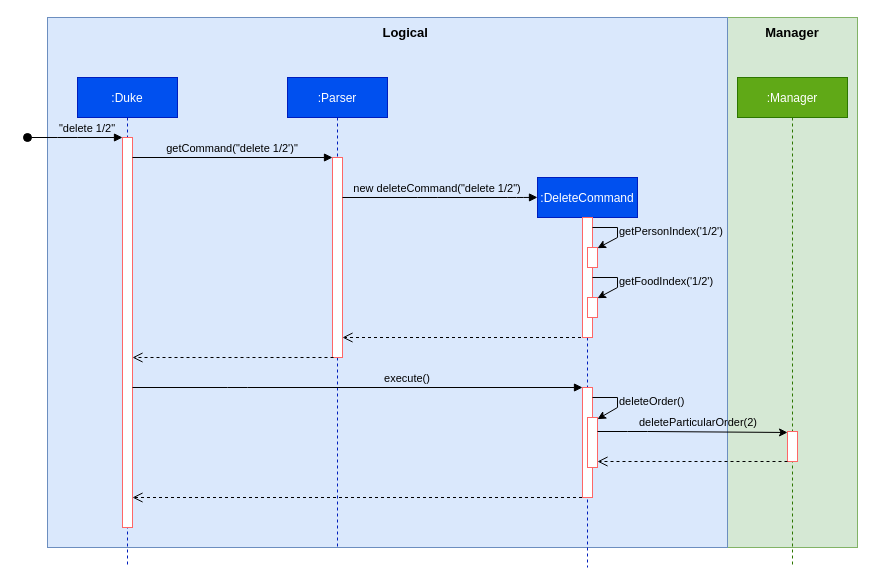
Earlier version of the draw.io diagram UMLdiagrams/DeleteCommandDiagram/DeleteCommand Sequence Diagram.drawio (thaddyyz/tp). Source tidied: cells renumbered, new cells numbered last; positions are measured from the earlier drawing's top-left corner, leaving out a move shared by most shapes. Both pictures are drawn from the tidied source at 100%, with x=0, y=0 at pixel (27, 17).
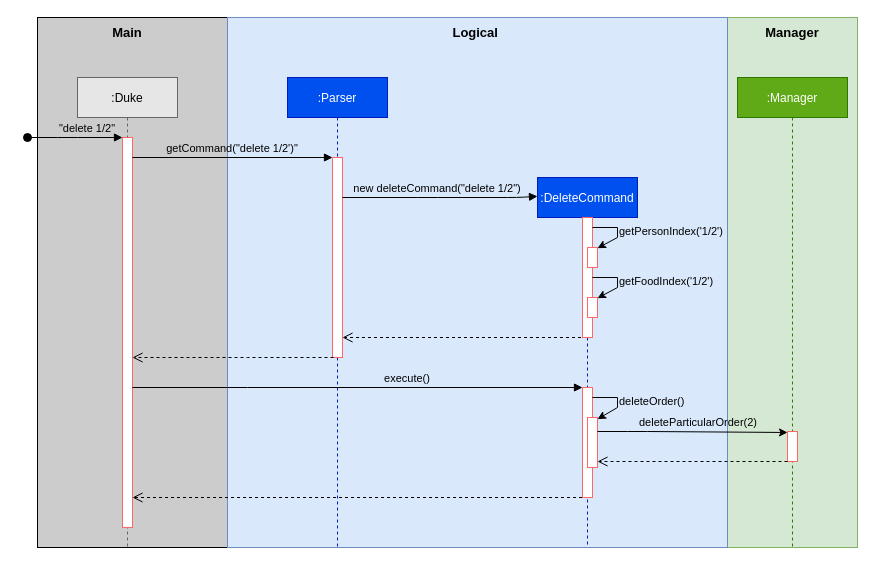
The same diagram, later.

What changed in the source:
```diff
@@
+    <mxCell id="34" style="rounded=0;whiteSpace=wrap;html=1;fillColor=#CCCCCC;" parent="1" vertex="1">
+      <mxGeometry x="10" width="190" height="530" as="geometry" />
+    </mxCell>
@@
     <mxCell id="3" style="rounded=0;whiteSpace=wrap;html=1;fillColor=#dae8fc;strokeColor=#6c8ebf;" parent="1" vertex="1">
-      <mxGeometry x="20" width="680" height="530" as="geometry" />
+      <mxGeometry x="200" width="500" height="530" as="geometry" />
     </mxCell>
-    <mxCell id="4" value=":Duke" style="shape=umlLifeline;perimeter=lifelinePerimeter;rounded=0;shadow=0;strokeWidth=1;fillColor=#0050ef;strokeColor=#001DBC;fontColor=#ffffff;" parent="1" vertex="1">
-      <mxGeometry x="50" y="60" width="100" height="490" as="geometry" />
+    <mxCell id="4" value=":Duke" style="shape=umlLifeline;perimeter=lifelinePerimeter;rounded=0;shadow=0;strokeWidth=1;fillColor=#E6E6E6;strokeColor=#666666;fontColor=#000000;" parent="1" vertex="1">
+      <mxGeometry x="50" y="60" width="100" height="470" as="geometry" />
     </mxCell>
@@
     <mxCell id="13" value=":DeleteCommand" style="shape=umlLifeline;perimeter=lifelinePerimeter;rounded=0;shadow=0;strokeWidth=1;fillColor=#0050ef;strokeColor=#001DBC;fontColor=#ffffff;" parent="1" vertex="1">
-      <mxGeometry x="510" y="160" width="100" height="390" as="geometry" />
+      <mxGeometry x="510" y="160" width="100" height="370" as="geometry" />
     </mxCell>
@@
     <mxCell id="28" value=":Manager" style="shape=umlLifeline;perimeter=lifelinePerimeter;rounded=0;shadow=0;strokeWidth=1;fillColor=#60a917;strokeColor=#2D7600;fontColor=#ffffff;" parent="1" vertex="1">
-      <mxGeometry x="710" y="60" width="110" height="490" as="geometry" />
+      <mxGeometry x="710" y="60" width="110" height="470" as="geometry" />
     </mxCell>
@@
     <mxCell id="30" value="&lt;b&gt;&lt;font style=&quot;font-size: 13px&quot;&gt;Logical&amp;nbsp;&lt;/font&gt;&lt;/b&gt;" style="text;html=1;strokeColor=none;fillColor=none;align=center;verticalAlign=middle;whiteSpace=wrap;rounded=0;" parent="1" vertex="1">
-      <mxGeometry x="350" width="60" height="30" as="geometry" />
+      <mxGeometry x="420" width="60" height="30" as="geometry" />
     </mxCell>
@@
+    <mxCell id="35" value="&lt;b&gt;&lt;font style=&quot;font-size: 13px&quot;&gt;Main&lt;/font&gt;&lt;/b&gt;" style="text;html=1;strokeColor=none;fillColor=none;align=center;verticalAlign=middle;whiteSpace=wrap;rounded=0;" parent="1" vertex="1">
+      <mxGeometry x="70" width="60" height="30" as="geometry" />
+    </mxCell>
```
